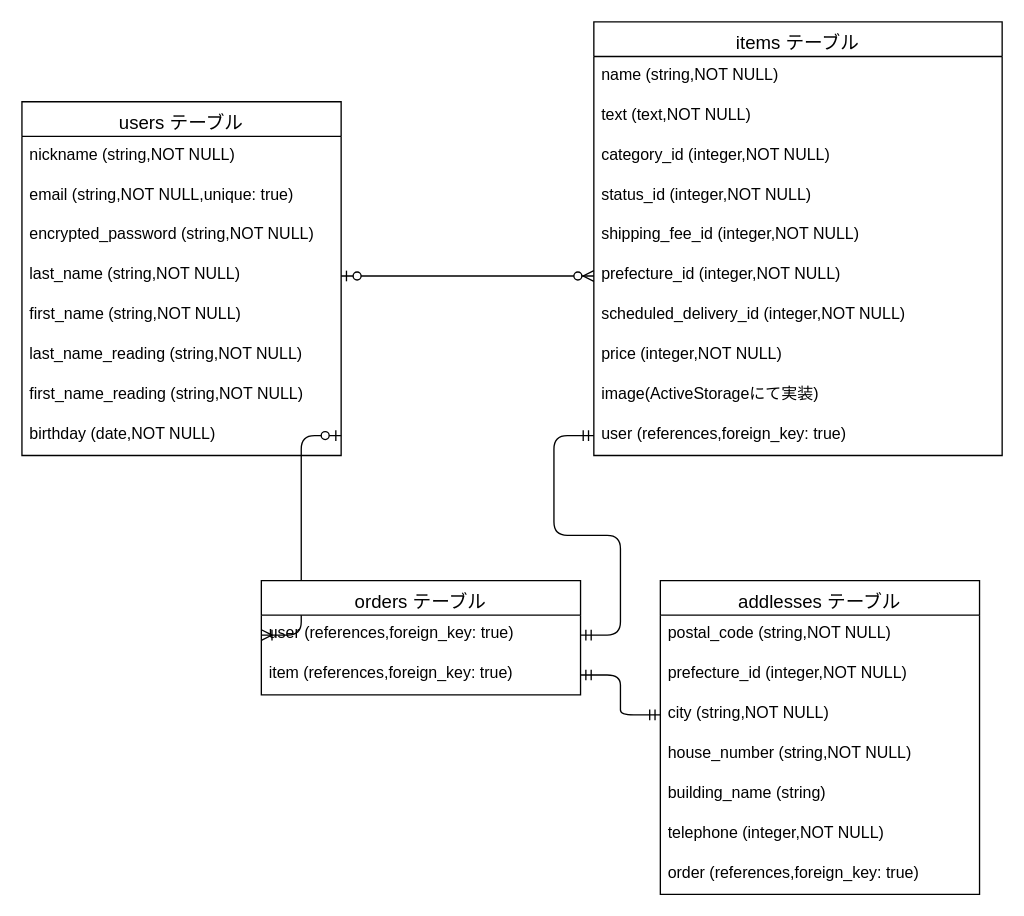
This is furima.dio from fujiwarashi/furima-31089, a draw.io file, before an edit. Source tidied: cells renumbered, new cells numbered last; positions are measured from the earlier drawing's top-left corner, leaving out a move shared by most shapes. Both pictures are drawn from the tidied source at 133%, with x=0, y=0 at pixel (21, 21).
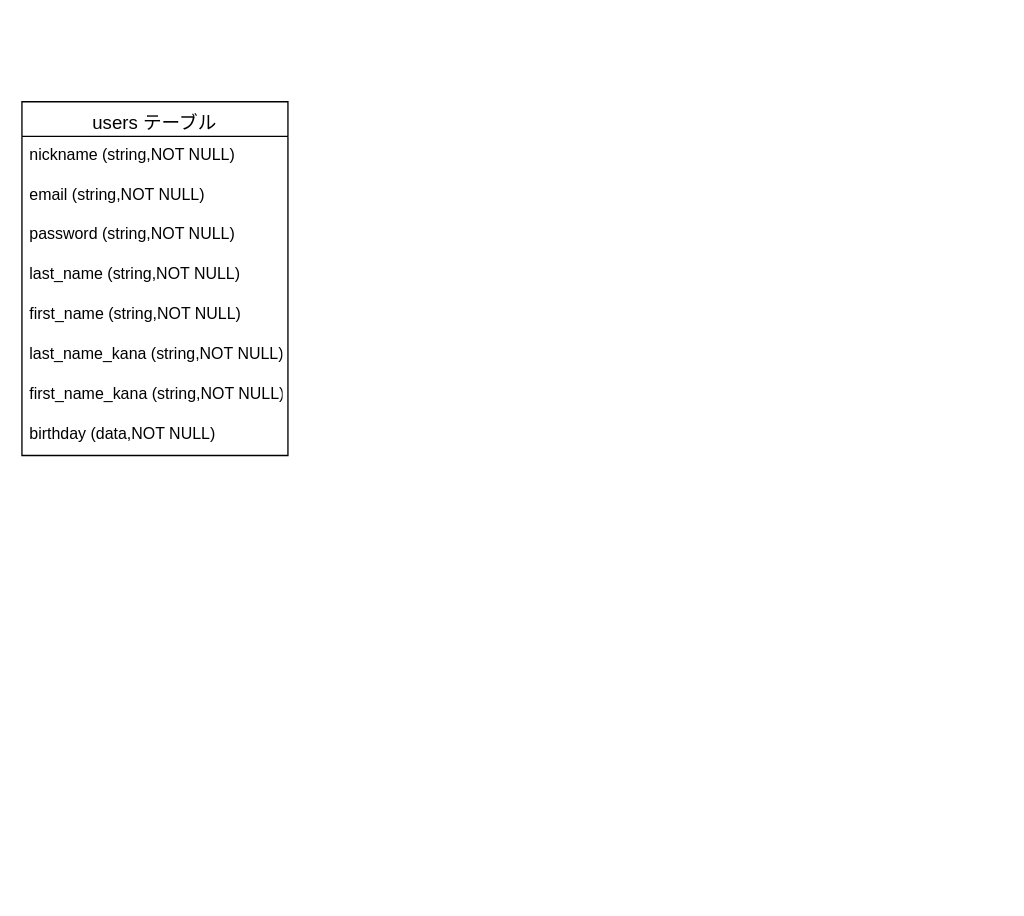
Above is the later version.

What changed in the source:
```diff
@@
-    <mxCell id="2" style="edgeStyle=entityRelationEdgeStyle;fontSize=12;html=1;endArrow=ERzeroToMany;startArrow=ERzeroToOne;exitX=1;exitY=0.5;exitDx=0;exitDy=0;entryX=0;entryY=0.5;entryDx=0;entryDy=0;" parent="1" edge="1" source="7" target="18">
-      <mxGeometry relative="1" as="geometry" />
-    </mxCell>
     <mxCell id="3" value="users テーブル" style="swimlane;fontStyle=0;horizontal=1;startSize=26;align=center;fontSize=14;verticalAlign=bottom;" parent="1" vertex="1">
-      <mxGeometry y="60" width="240" height="266" as="geometry" />
+      <mxGeometry y="60" width="200" height="266" as="geometry" />
     </mxCell>
     <mxCell id="4" value="nickname (string,NOT NULL)" style="text;strokeColor=none;fillColor=none;spacingLeft=4;spacingRight=4;overflow=hidden;fontSize=12;" parent="3" vertex="1">
-      <mxGeometry y="26" width="240" height="30" as="geometry" />
+      <mxGeometry y="26" width="200" height="30" as="geometry" />
     </mxCell>
-    <mxCell id="5" value="email (string,NOT NULL,unique: true)" style="text;strokeColor=none;fillColor=none;spacingLeft=4;spacingRight=4;overflow=hidden;fontSize=12;" parent="3" vertex="1">
-      <mxGeometry y="56" width="240" height="30" as="geometry" />
-    </mxCell>
-    <mxCell id="6" value="encrypted_password (string,NOT NULL)" style="text;strokeColor=none;fillColor=none;spacingLeft=4;spacingRight=4;overflow=hidden;fontSize=12;" parent="3" vertex="1">
-      <mxGeometry y="86" width="240" height="30" as="geometry" />
-    </mxCell>
+    <mxCell id="37" value="email (string,NOT NULL)" style="text;strokeColor=none;fillColor=none;spacingLeft=4;spacingRight=4;overflow=hidden;fontSize=12;" parent="3" vertex="1">
+      <mxGeometry y="56" width="200" height="30" as="geometry" />
+    </mxCell>
+    <mxCell id="38" value="password (string,NOT NULL)" style="text;strokeColor=none;fillColor=none;spacingLeft=4;spacingRight=4;overflow=hidden;fontSize=12;" parent="3" vertex="1">
+      <mxGeometry y="86" width="200" height="30" as="geometry" />
+    </mxCell>
     <mxCell id="7" value="last_name (string,NOT NULL)" style="text;strokeColor=none;fillColor=none;spacingLeft=4;spacingRight=4;overflow=hidden;points=[[0,0.5],[1,0.5]];portConstraint=eastwest;fontSize=12;" parent="3" vertex="1">
-      <mxGeometry y="116" width="240" height="30" as="geometry" />
+      <mxGeometry y="116" width="200" height="30" as="geometry" />
     </mxCell>
     <mxCell id="8" value="first_name (string,NOT NULL)" style="text;strokeColor=none;fillColor=none;spacingLeft=4;spacingRight=4;overflow=hidden;fontSize=12;" parent="3" vertex="1">
-      <mxGeometry y="146" width="240" height="30" as="geometry" />
+      <mxGeometry y="146" width="200" height="30" as="geometry" />
     </mxCell>
-    <mxCell id="9" value="last_name_reading (string,NOT NULL)" style="text;strokeColor=none;fillColor=none;spacingLeft=4;spacingRight=4;overflow=hidden;fontSize=12;" parent="3" vertex="1">
-      <mxGeometry y="176" width="240" height="30" as="geometry" />
-    </mxCell>
-    <mxCell id="10" value="first_name_reading (string,NOT NULL)" style="text;strokeColor=none;fillColor=none;spacingLeft=4;spacingRight=4;overflow=hidden;fontSize=12;" parent="3" vertex="1">
-      <mxGeometry y="206" width="240" height="30" as="geometry" />
-    </mxCell>
-    <mxCell id="11" value="birthday (date,NOT NULL)" style="text;strokeColor=none;fillColor=none;spacingLeft=4;spacingRight=4;overflow=hidden;points=[[0,0.5],[1,0.5]];portConstraint=eastwest;fontSize=12;" parent="3" vertex="1">
-      <mxGeometry y="236" width="240" height="30" as="geometry" />
-    </mxCell>
-    <mxCell id="12" value="items テーブル" style="swimlane;fontStyle=0;horizontal=1;startSize=26;align=center;fontSize=14;verticalAlign=bottom;" parent="1" vertex="1">
-      <mxGeometry x="430" width="307" height="326" as="geometry" />
-    </mxCell>
-    <mxCell id="13" value="name (string,NOT NULL)" style="text;strokeColor=none;fillColor=none;spacingLeft=4;spacingRight=4;overflow=hidden;fontSize=12;" parent="12" vertex="1">
-      <mxGeometry y="26" width="307" height="30" as="geometry" />
-    </mxCell>
-    <mxCell id="14" value="text (text,NOT NULL)" style="text;strokeColor=none;fillColor=none;spacingLeft=4;spacingRight=4;overflow=hidden;fontSize=12;" parent="12" vertex="1">
-      <mxGeometry y="56" width="307" height="30" as="geometry" />
-    </mxCell>
-    <mxCell id="15" value="category_id (integer,NOT NULL)" style="text;strokeColor=none;fillColor=none;spacingLeft=4;spacingRight=4;overflow=hidden;fontSize=12;" parent="12" vertex="1">
-      <mxGeometry y="86" width="307" height="30" as="geometry" />
-    </mxCell>
-    <mxCell id="16" value="status_id (integer,NOT NULL)" style="text;strokeColor=none;fillColor=none;spacingLeft=4;spacingRight=4;overflow=hidden;fontSize=12;" parent="12" vertex="1">
-      <mxGeometry y="116" width="307" height="30" as="geometry" />
-    </mxCell>
-    <mxCell id="17" value="shipping_fee_id (integer,NOT NULL)" style="text;strokeColor=none;fillColor=none;spacingLeft=4;spacingRight=4;overflow=hidden;fontSize=12;" parent="12" vertex="1">
-      <mxGeometry y="146" width="307" height="30" as="geometry" />
-    </mxCell>
-    <mxCell id="18" value="prefecture_id (integer,NOT NULL)" style="text;strokeColor=none;fillColor=none;spacingLeft=4;spacingRight=4;overflow=hidden;points=[[0,0.5],[1,0.5]];portConstraint=eastwest;fontSize=12;" parent="12" vertex="1">
-      <mxGeometry y="176" width="307" height="30" as="geometry" />
-    </mxCell>
-    <mxCell id="19" value="scheduled_delivery_id (integer,NOT NULL)" style="text;strokeColor=none;fillColor=none;spacingLeft=4;spacingRight=4;overflow=hidden;fontSize=12;" parent="12" vertex="1">
-      <mxGeometry y="206" width="307" height="30" as="geometry" />
-    </mxCell>
-    <mxCell id="20" value="price (integer,NOT NULL)" style="text;strokeColor=none;fillColor=none;spacingLeft=4;spacingRight=4;overflow=hidden;fontSize=12;" parent="12" vertex="1">
-      <mxGeometry y="236" width="307" height="30" as="geometry" />
-    </mxCell>
-    <mxCell id="21" value="image(ActiveStorageにて実装)" style="text;strokeColor=none;fillColor=none;spacingLeft=4;spacingRight=4;overflow=hidden;fontSize=12;" parent="12" vertex="1">
-      <mxGeometry y="266" width="307" height="30" as="geometry" />
-    </mxCell>
-    <mxCell id="22" value="user (references,foreign_key: true)" style="text;strokeColor=none;fillColor=none;spacingLeft=4;spacingRight=4;overflow=hidden;points=[[0,0.5],[1,0.5]];portConstraint=eastwest;fontSize=12;" parent="12" vertex="1">
-      <mxGeometry y="296" width="307" height="30" as="geometry" />
-    </mxCell>
-    <mxCell id="23" style="edgeStyle=entityRelationEdgeStyle;fontSize=12;html=1;endArrow=ERoneToMany;startArrow=ERzeroToOne;entryX=0;entryY=0.5;entryDx=0;entryDy=0;exitX=1;exitY=0.5;exitDx=0;exitDy=0;" parent="1" edge="1" source="11" target="35">
-      <mxGeometry relative="1" as="geometry" />
-    </mxCell>
-    <mxCell id="24" style="edgeStyle=entityRelationEdgeStyle;fontSize=12;html=1;endArrow=ERmandOne;startArrow=ERmandOne;exitX=1;exitY=0.5;exitDx=0;exitDy=0;entryX=0;entryY=0.5;entryDx=0;entryDy=0;" parent="1" edge="1" source="36" target="29">
-      <mxGeometry relative="1" as="geometry" />
-    </mxCell>
-    <mxCell id="25" style="edgeStyle=entityRelationEdgeStyle;fontSize=12;html=1;endArrow=ERmandOne;startArrow=ERmandOne;entryX=0;entryY=0.5;entryDx=0;entryDy=0;exitX=1;exitY=0.5;exitDx=0;exitDy=0;" parent="1" edge="1" source="35" target="22">
-      <mxGeometry relative="1" as="geometry" />
-    </mxCell>
-    <mxCell id="26" value="addlesses テーブル" style="swimlane;fontStyle=0;horizontal=1;startSize=26;align=center;fontSize=14;verticalAlign=bottom;" parent="1" vertex="1">
-      <mxGeometry x="480" y="420" width="240" height="236" as="geometry" />
-    </mxCell>
-    <mxCell id="27" value="postal_code (string,NOT NULL)" style="text;strokeColor=none;fillColor=none;spacingLeft=4;spacingRight=4;overflow=hidden;fontSize=12;" parent="26" vertex="1">
-      <mxGeometry y="26" width="240" height="30" as="geometry" />
-    </mxCell>
-    <mxCell id="28" value="prefecture_id (integer,NOT NULL)" style="text;strokeColor=none;fillColor=none;spacingLeft=4;spacingRight=4;overflow=hidden;fontSize=12;" parent="26" vertex="1">
-      <mxGeometry y="56" width="240" height="30" as="geometry" />
-    </mxCell>
-    <mxCell id="29" value="city (string,NOT NULL)" style="text;strokeColor=none;fillColor=none;spacingLeft=4;spacingRight=4;overflow=hidden;points=[[0,0.5],[1,0.5]];portConstraint=eastwest;fontSize=12;" parent="26" vertex="1">
-      <mxGeometry y="86" width="240" height="30" as="geometry" />
-    </mxCell>
-    <mxCell id="30" value="house_number (string,NOT NULL)" style="text;strokeColor=none;fillColor=none;spacingLeft=4;spacingRight=4;overflow=hidden;fontSize=12;" parent="26" vertex="1">
-      <mxGeometry y="116" width="240" height="30" as="geometry" />
-    </mxCell>
-    <mxCell id="31" value="building_name (string)" style="text;strokeColor=none;fillColor=none;spacingLeft=4;spacingRight=4;overflow=hidden;fontSize=12;" parent="26" vertex="1">
-      <mxGeometry y="146" width="240" height="30" as="geometry" />
-    </mxCell>
-    <mxCell id="32" value="telephone (integer,NOT NULL)" style="text;strokeColor=none;fillColor=none;spacingLeft=4;spacingRight=4;overflow=hidden;fontSize=12;" parent="26" vertex="1">
-      <mxGeometry y="176" width="240" height="30" as="geometry" />
-    </mxCell>
-    <mxCell id="33" value="order (references,foreign_key: true)" style="text;strokeColor=none;fillColor=none;spacingLeft=4;spacingRight=4;overflow=hidden;fontSize=12;" parent="26" vertex="1">
-      <mxGeometry y="206" width="240" height="30" as="geometry" />
-    </mxCell>
-    <mxCell id="34" value="orders テーブル" style="swimlane;fontStyle=0;horizontal=1;startSize=26;align=center;fontSize=14;verticalAlign=bottom;" parent="1" vertex="1">
-      <mxGeometry x="180" y="420" width="240" height="86" as="geometry" />
-    </mxCell>
-    <mxCell id="35" value="user (references,foreign_key: true)" style="text;strokeColor=none;fillColor=none;spacingLeft=4;spacingRight=4;overflow=hidden;points=[[0,0.5],[1,0.5]];portConstraint=eastwest;fontSize=12;" parent="34" vertex="1">
-      <mxGeometry y="26" width="240" height="30" as="geometry" />
-    </mxCell>
-    <mxCell id="36" value="item (references,foreign_key: true)" style="text;strokeColor=none;fillColor=none;spacingLeft=4;spacingRight=4;overflow=hidden;points=[[0,0.5],[1,0.5]];portConstraint=eastwest;fontSize=12;" parent="34" vertex="1">
-      <mxGeometry y="56" width="240" height="30" as="geometry" />
-    </mxCell>
+    <mxCell id="39" value="last_name_kana (string,NOT NULL)" style="text;strokeColor=none;fillColor=none;spacingLeft=4;spacingRight=4;overflow=hidden;fontSize=12;" parent="3" vertex="1">
+      <mxGeometry y="176" width="200" height="30" as="geometry" />
+    </mxCell>
+    <mxCell id="40" value="first_name_kana (string,NOT NULL)" style="text;strokeColor=none;fillColor=none;spacingLeft=4;spacingRight=4;overflow=hidden;fontSize=12;" parent="3" vertex="1">
+      <mxGeometry y="206" width="200" height="30" as="geometry" />
+    </mxCell>
+    <mxCell id="41" value="birthday (data,NOT NULL)" style="text;strokeColor=none;fillColor=none;spacingLeft=4;spacingRight=4;overflow=hidden;fontSize=12;" parent="3" vertex="1">
+      <mxGeometry y="236" width="200" height="30" as="geometry" />
+    </mxCell>
```
